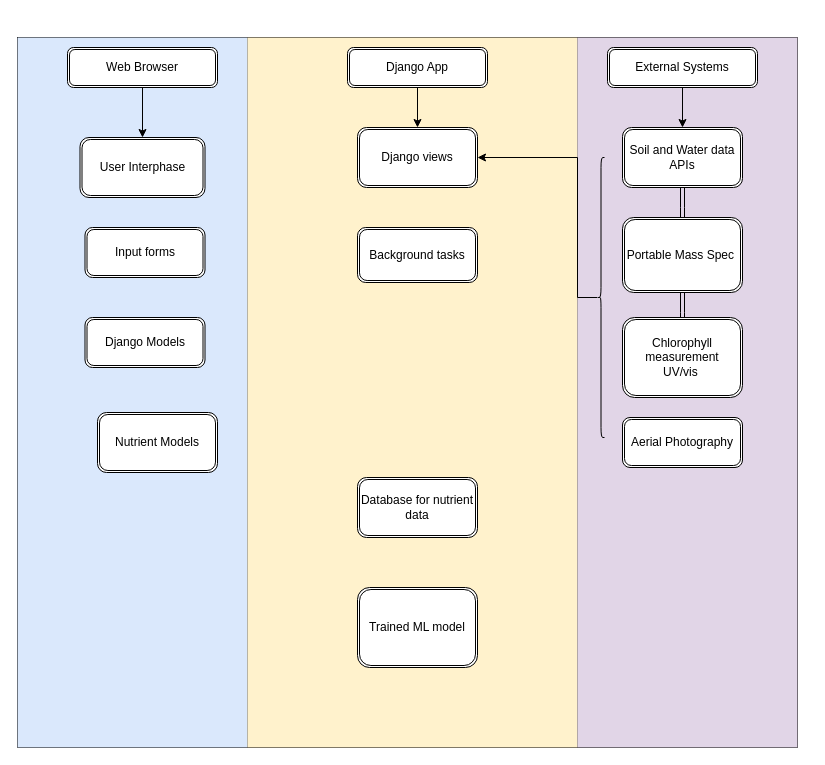
This is Untitled Diagram.drawio from Yolanys06/Yolanys06.github.io, a draw.io file, before an edit. Source tidied: cells renumbered, new cells numbered last; positions are measured from the earlier drawing's top-left corner, leaving out a move shared by most shapes. Both pictures are drawn from the tidied source at 100%, with x=0, y=0 at pixel (17, 37).
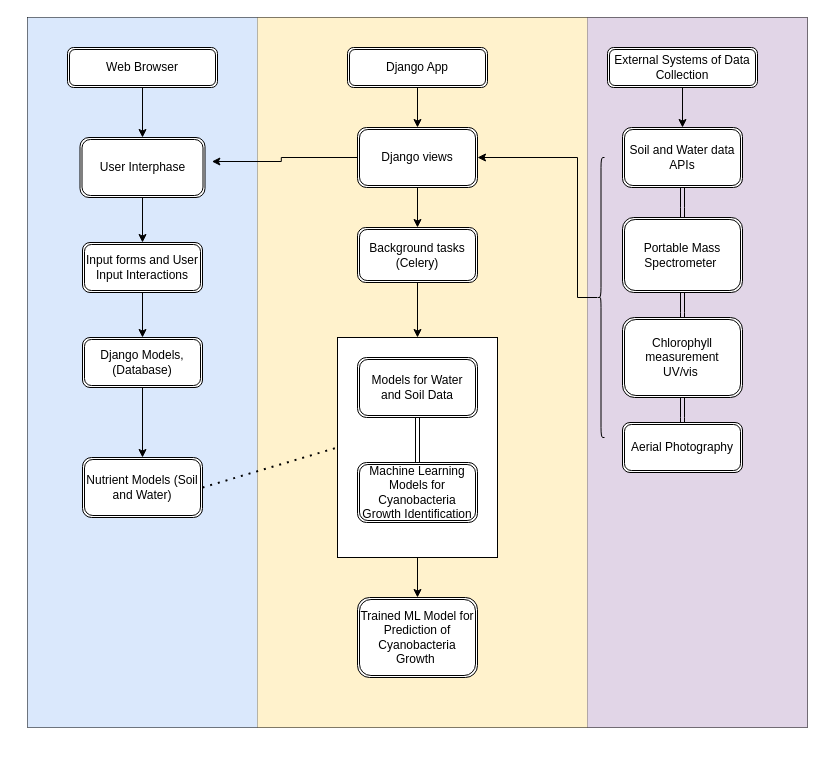
The same diagram, later.

Unchanged cells that the change refers to:
```xml
<mxCell id="13" value="User Interphase" style="shape=ext;double=1;rounded=1;whiteSpace=wrap;html=1;" parent="1" vertex="1">
  <mxGeometry x="62.5" y="100" width="125" height="60" as="geometry" />
</mxCell>
<mxCell id="14" value="Django views" style="shape=ext;double=1;rounded=1;whiteSpace=wrap;html=1;" parent="1" vertex="1">
  <mxGeometry x="340" y="90" width="120" height="60" as="geometry" />
</mxCell>
<mxCell id="23" value="Chlorophyll measurement UV/vis&amp;nbsp;" style="shape=ext;double=1;rounded=1;whiteSpace=wrap;html=1;" parent="1" vertex="1">
  <mxGeometry x="605" y="280" width="120" height="80" as="geometry" />
</mxCell>
```

Diff of the diagram source:
```diff
@@
     <mxCell id="2" style="shape=table;startSize=0;childLayout=tableLayout;" parent="1" vertex="1">
-      <mxGeometry width="780" height="710" as="geometry" />
+      <mxGeometry x="10" y="-20" width="780" height="710" as="geometry" />
     </mxCell>
@@
-    <mxCell id="12" value="External Systems" style="shape=ext;double=1;rounded=1;whiteSpace=wrap;html=1;" parent="1" vertex="1">
+    <mxCell id="12" value="External Systems of Data Collection" style="shape=ext;double=1;rounded=1;whiteSpace=wrap;html=1;" parent="1" vertex="1">
       <mxGeometry x="590" y="10" width="150" height="40" as="geometry" />
     </mxCell>
+    <mxCell id="29" style="edgeStyle=orthogonalEdgeStyle;rounded=0;jettySize=auto;html=1;" parent="1" edge="1" source="13" target="17">
+      <mxGeometry relative="1" as="geometry" />
+    </mxCell>
@@
+    <mxCell id="30" style="edgeStyle=orthogonalEdgeStyle;rounded=0;jettySize=auto;html=1;" parent="1" edge="1" source="14" target="20">
+      <mxGeometry relative="1" as="geometry" />
+    </mxCell>
@@
-    <mxCell id="15" value="Nutrient Models" style="shape=ext;double=1;rounded=1;whiteSpace=wrap;html=1;" parent="1" vertex="1">
-      <mxGeometry x="80" y="375" width="120" height="60" as="geometry" />
+    <mxCell id="15" value="Nutrient Models (Soil and Water)" style="shape=ext;double=1;rounded=1;whiteSpace=wrap;html=1;" parent="1" vertex="1">
+      <mxGeometry x="65" y="420" width="120" height="60" as="geometry" />
     </mxCell>
+    <mxCell id="31" style="edgeStyle=orthogonalEdgeStyle;rounded=0;jettySize=auto;html=1;" parent="1" edge="1" source="16" target="15">
+      <mxGeometry relative="1" as="geometry" />
+    </mxCell>
-    <mxCell id="16" value="Django Models" style="shape=ext;double=1;rounded=1;whiteSpace=wrap;html=1;" parent="1" vertex="1">
-      <mxGeometry x="67.5" y="280" width="120" height="50" as="geometry" />
+    <mxCell id="16" value="Django Models,&lt;br&gt;(Database)" style="shape=ext;double=1;rounded=1;whiteSpace=wrap;html=1;" parent="1" vertex="1">
+      <mxGeometry x="65" y="300" width="120" height="50" as="geometry" />
     </mxCell>
+    <mxCell id="32" style="edgeStyle=orthogonalEdgeStyle;rounded=0;jettySize=auto;html=1;" parent="1" edge="1" source="17" target="16">
+      <mxGeometry relative="1" as="geometry" />
+    </mxCell>
-    <mxCell id="17" value="Input forms" style="shape=ext;double=1;rounded=1;whiteSpace=wrap;html=1;" parent="1" vertex="1">
-      <mxGeometry x="67.5" y="190" width="120" height="50" as="geometry" />
+    <mxCell id="17" value="Input forms and User Input Interactions" style="shape=ext;double=1;rounded=1;whiteSpace=wrap;html=1;" parent="1" vertex="1">
+      <mxGeometry x="65" y="205" width="120" height="50" as="geometry" />
     </mxCell>
+    <mxCell id="33" style="edgeStyle=orthogonalEdgeStyle;rounded=0;jettySize=auto;html=1;shape=link;" parent="1" edge="1" source="18" target="23">
+      <mxGeometry relative="1" as="geometry" />
+    </mxCell>
     <mxCell id="18" value="Aerial Photography" style="shape=ext;double=1;rounded=1;whiteSpace=wrap;html=1;" parent="1" vertex="1">
-      <mxGeometry x="605" y="380" width="120" height="50" as="geometry" />
+      <mxGeometry x="605" y="385" width="120" height="50" as="geometry" />
     </mxCell>
-    <mxCell id="19" value="Database for nutrient data" style="shape=ext;double=1;rounded=1;whiteSpace=wrap;html=1;" parent="1" vertex="1">
-      <mxGeometry x="340" y="440" width="120" height="60" as="geometry" />
-    </mxCell>
-    <mxCell id="20" value="Background tasks" style="shape=ext;double=1;rounded=1;whiteSpace=wrap;html=1;" parent="1" vertex="1">
+    <mxCell id="20" value="Background tasks&lt;br&gt;(Celery)" style="shape=ext;double=1;rounded=1;whiteSpace=wrap;html=1;" parent="1" vertex="1">
       <mxGeometry x="340" y="190" width="120" height="55" as="geometry" />
     </mxCell>
@@
-    <mxCell id="25" value="Portable Mass Spec&amp;nbsp;" style="shape=ext;double=1;rounded=1;whiteSpace=wrap;html=1;" parent="1" vertex="1">
+    <mxCell id="25" value="Portable Mass Spectrometer&amp;nbsp;" style="shape=ext;double=1;rounded=1;whiteSpace=wrap;html=1;" parent="1" vertex="1">
       <mxGeometry x="605" y="180" width="120" height="75" as="geometry" />
     </mxCell>
-    <mxCell id="26" value="Trained ML model" style="shape=ext;double=1;rounded=1;whiteSpace=wrap;html=1;" parent="1" vertex="1">
-      <mxGeometry x="340" y="550" width="120" height="80" as="geometry" />
+    <mxCell id="26" value="Trained ML Model for Prediction of Cyanobacteria Growth&amp;nbsp;" style="shape=ext;double=1;rounded=1;whiteSpace=wrap;html=1;" parent="1" vertex="1">
+      <mxGeometry x="340" y="560" width="120" height="80" as="geometry" />
     </mxCell>
@@
+    <mxCell id="34" style="edgeStyle=orthogonalEdgeStyle;rounded=0;jettySize=auto;html=1;" parent="1" edge="1" source="35" target="26">
+      <mxGeometry relative="1" as="geometry" />
+    </mxCell>
+    <mxCell id="35" style="rounded=0;whiteSpace=wrap;html=1;" parent="1" vertex="1">
+      <mxGeometry x="320" y="300" width="160" height="220" as="geometry" />
+    </mxCell>
+    <mxCell id="36" style="edgeStyle=orthogonalEdgeStyle;rounded=0;jettySize=auto;html=1;entryX=1.055;entryY=0.4;entryDx=0;entryDy=0;entryPerimeter=0;" parent="1" edge="1" source="14" target="13">
+      <mxGeometry relative="1" as="geometry" />
+    </mxCell>
+    <mxCell id="37" style="edgeStyle=orthogonalEdgeStyle;rounded=0;jettySize=auto;html=1;shape=link;" parent="1" edge="1" source="19" target="38">
+      <mxGeometry relative="1" as="geometry" />
+    </mxCell>
+    <mxCell id="19" value="Models for Water and Soil Data" style="shape=ext;double=1;rounded=1;whiteSpace=wrap;html=1;" parent="1" vertex="1">
+      <mxGeometry x="340" y="320" width="120" height="60" as="geometry" />
+    </mxCell>
+    <mxCell id="38" value="Machine Learning Models for Cyanobacteria Growth Identification" style="shape=ext;double=1;rounded=1;whiteSpace=wrap;html=1;" parent="1" vertex="1">
+      <mxGeometry x="340" y="425" width="120" height="60" as="geometry" />
+    </mxCell>
+    <mxCell id="39" style="endArrow=classic;html=1;rounded=0;exitX=0.5;exitY=1;exitDx=0;exitDy=0;entryX=0.5;entryY=0;entryDx=0;entryDy=0;" parent="1" edge="1" source="20" target="35">
+      <mxGeometry relative="1" as="geometry" />
+    </mxCell>
+    <mxCell id="40" style="endArrow=none;dashed=1;html=1;dashPattern=1 3;strokeWidth=2;rounded=0;entryX=0;entryY=0.5;entryDx=0;entryDy=0;exitX=1;exitY=0.5;exitDx=0;exitDy=0;" parent="1" edge="1" source="15" target="35">
+      <mxGeometry relative="1" as="geometry" />
+    </mxCell>
```
